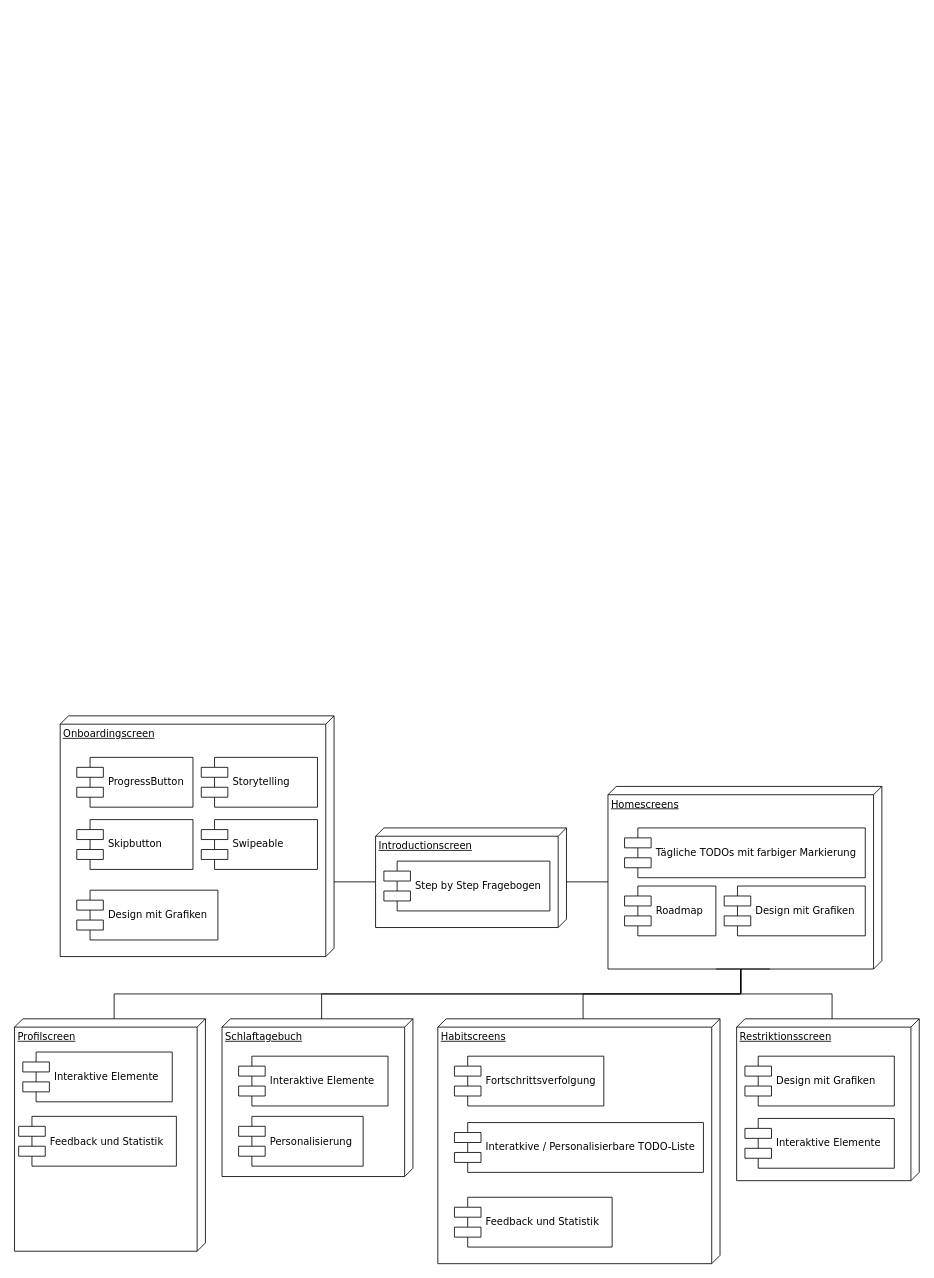
The draw.io diagram UML Diagramme/KVTI-Komponent.drawio in PriXss/UMLDiagramme, before the edit. Source tidied: cells renumbered, new cells numbered last; positions are measured from the earlier drawing's top-left corner, leaving out a move shared by most shapes. Both pictures are drawn from the tidied source at 83%, with x=0, y=0 at pixel (14, 715).
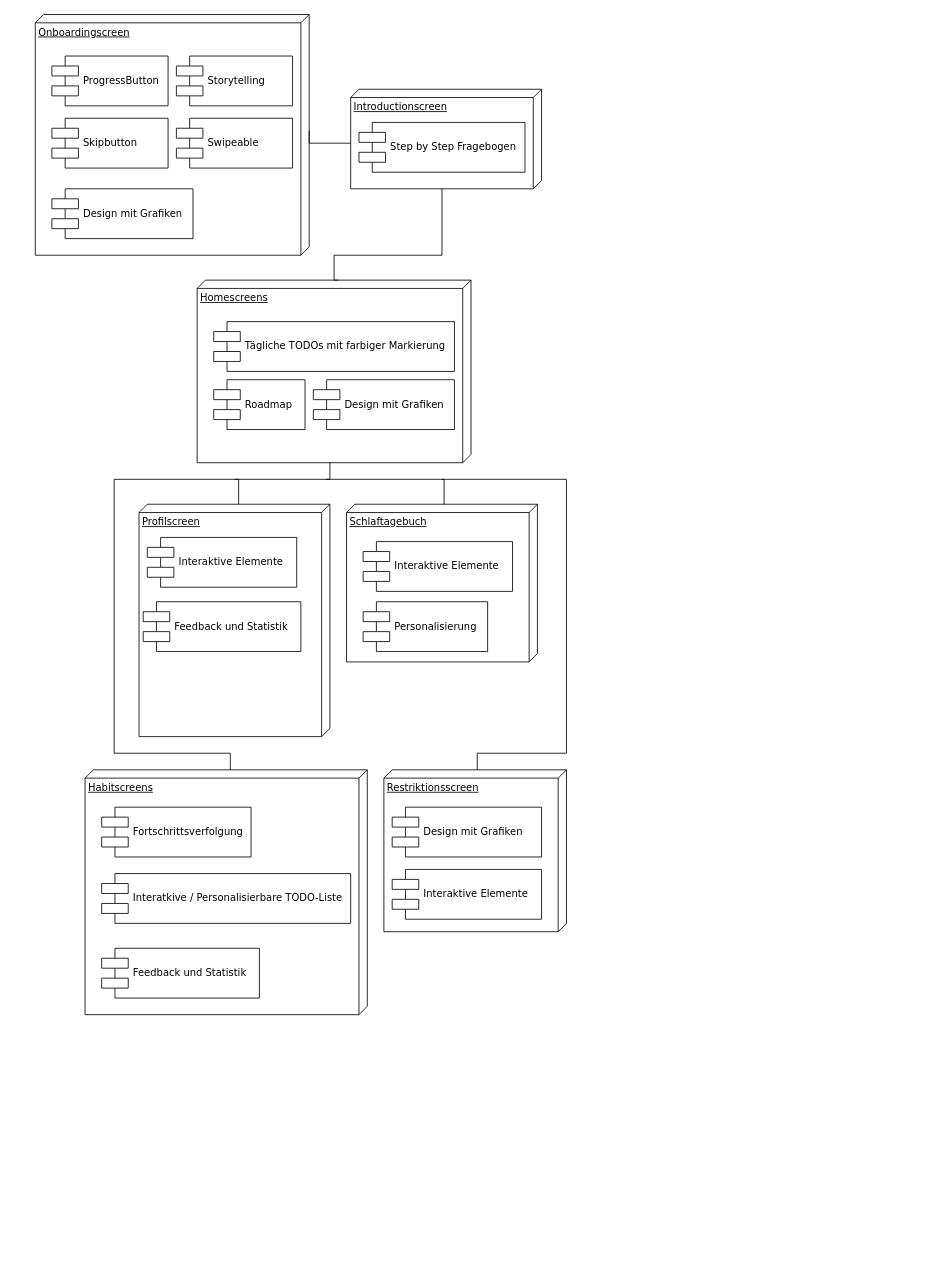
Above is the later version.

The edit, as a diff of the source:
```diff
@@
     <mxCell id="2" value="Onboardingscreen" style="verticalAlign=top;align=left;spacingTop=8;spacingLeft=2;spacingRight=12;shape=cube;size=10;direction=south;fontStyle=4;html=1;rounded=0;shadow=0;comic=0;labelBackgroundColor=none;strokeWidth=1;fontFamily=Verdana;fontSize=12;" parent="1" vertex="1">
-      <mxGeometry x="55" width="330" height="290" as="geometry" />
+      <mxGeometry x="25" y="-845" width="330" height="290" as="geometry" />
     </mxCell>
     <mxCell id="3" value="Homescreens" style="verticalAlign=top;align=left;spacingTop=8;spacingLeft=2;spacingRight=12;shape=cube;size=10;direction=south;fontStyle=4;html=1;rounded=0;shadow=0;comic=0;labelBackgroundColor=none;strokeWidth=1;fontFamily=Verdana;fontSize=12;" parent="1" vertex="1">
-      <mxGeometry x="715" y="85" width="330" height="220" as="geometry" />
+      <mxGeometry x="220" y="-525" width="330" height="220" as="geometry" />
     </mxCell>
     <mxCell id="4" value="Introductionscreen" style="verticalAlign=top;align=left;spacingTop=8;spacingLeft=2;spacingRight=12;shape=cube;size=10;direction=south;fontStyle=4;html=1;rounded=0;shadow=0;comic=0;labelBackgroundColor=none;strokeWidth=1;fontFamily=Verdana;fontSize=12;" parent="1" vertex="1">
-      <mxGeometry x="435" y="135" width="230" height="120" as="geometry" />
+      <mxGeometry x="405" y="-755" width="230" height="120" as="geometry" />
     </mxCell>
     <mxCell id="5" value="Tägliche TODOs mit farbiger Markierung" style="shape=component;align=left;spacingLeft=36;rounded=0;shadow=0;comic=0;labelBackgroundColor=none;strokeWidth=1;fontFamily=Verdana;fontSize=12;html=1;" parent="1" vertex="1">
-      <mxGeometry x="735" y="135" width="290" height="60" as="geometry" />
+      <mxGeometry x="240" y="-475" width="290" height="60" as="geometry" />
     </mxCell>
     <mxCell id="6" value="ProgressButton" style="shape=component;align=left;spacingLeft=36;rounded=0;shadow=0;comic=0;labelBackgroundColor=none;strokeWidth=1;fontFamily=Verdana;fontSize=12;html=1;" parent="1" vertex="1">
-      <mxGeometry x="75" y="50" width="140" height="60" as="geometry" />
+      <mxGeometry x="45" y="-795" width="140" height="60" as="geometry" />
     </mxCell>
-    <mxCell id="7" style="edgeStyle=orthogonalEdgeStyle;rounded=0;html=1;labelBackgroundColor=none;startArrow=none;startFill=0;startSize=8;endArrow=none;endFill=0;endSize=16;fontFamily=Verdana;fontSize=12;entryX=0;entryY=0;entryDx=115;entryDy=330;entryPerimeter=0;" parent="1" edge="1" source="4" target="3">
-      <mxGeometry relative="1" as="geometry">
-        <Array as="points">
-          <mxPoint x="635" y="200" />
-          <mxPoint x="635" y="200" />
-        </Array>
-      </mxGeometry>
-    </mxCell>
-    <mxCell id="8" style="edgeStyle=orthogonalEdgeStyle;rounded=0;html=1;labelBackgroundColor=none;startArrow=none;startFill=0;startSize=8;endArrow=none;endFill=0;endSize=16;fontFamily=Verdana;fontSize=12;exitX=0;exitY=0;exitDx=65;exitDy=230;exitPerimeter=0;" parent="1" edge="1" source="4" target="2">
-      <mxGeometry relative="1" as="geometry">
-        <Array as="points">
-          <mxPoint x="335" y="200" />
-          <mxPoint x="335" y="200" />
-        </Array>
-      </mxGeometry>
-    </mxCell>
     <mxCell id="9" value="Skipbutton" style="shape=component;align=left;spacingLeft=36;rounded=0;shadow=0;comic=0;labelBackgroundColor=none;strokeWidth=1;fontFamily=Verdana;fontSize=12;html=1;" parent="1" vertex="1">
-      <mxGeometry x="75" y="125" width="140" height="60" as="geometry" />
+      <mxGeometry x="45" y="-720" width="140" height="60" as="geometry" />
     </mxCell>
     <mxCell id="10" value="Swipeable" style="shape=component;align=left;spacingLeft=36;rounded=0;shadow=0;comic=0;labelBackgroundColor=none;strokeWidth=1;fontFamily=Verdana;fontSize=12;html=1;" parent="1" vertex="1">
-      <mxGeometry x="225" y="125" width="140" height="60" as="geometry" />
+      <mxGeometry x="195" y="-720" width="140" height="60" as="geometry" />
     </mxCell>
     <mxCell id="11" value="Storytelling" style="shape=component;align=left;spacingLeft=36;rounded=0;shadow=0;comic=0;labelBackgroundColor=none;strokeWidth=1;fontFamily=Verdana;fontSize=12;html=1;" parent="1" vertex="1">
-      <mxGeometry x="225" y="50" width="140" height="60" as="geometry" />
+      <mxGeometry x="195" y="-795" width="140" height="60" as="geometry" />
     </mxCell>
     <mxCell id="12" value="Step by Step Fragebogen" style="shape=component;align=left;spacingLeft=36;rounded=0;shadow=0;comic=0;labelBackgroundColor=none;strokeWidth=1;fontFamily=Verdana;fontSize=12;html=1;" parent="1" vertex="1">
-      <mxGeometry x="445" y="175" width="200" height="60" as="geometry" />
+      <mxGeometry x="415" y="-715" width="200" height="60" as="geometry" />
     </mxCell>
     <mxCell id="13" value="Roadmap" style="shape=component;align=left;spacingLeft=36;rounded=0;shadow=0;comic=0;labelBackgroundColor=none;strokeWidth=1;fontFamily=Verdana;fontSize=12;html=1;" parent="1" vertex="1">
-      <mxGeometry x="735" y="205" width="110" height="60" as="geometry" />
+      <mxGeometry x="240" y="-405" width="110" height="60" as="geometry" />
     </mxCell>
     <mxCell id="14" value="Habitscreens" style="verticalAlign=top;align=left;spacingTop=8;spacingLeft=2;spacingRight=12;shape=cube;size=10;direction=south;fontStyle=4;html=1;rounded=0;shadow=0;comic=0;labelBackgroundColor=none;strokeWidth=1;fontFamily=Verdana;fontSize=12;" parent="1" vertex="1">
-      <mxGeometry x="510" y="365" width="340" height="295" as="geometry" />
+      <mxGeometry x="85" y="65" width="340" height="295" as="geometry" />
     </mxCell>
     <mxCell id="15" value="Fortschrittsverfolgung" style="shape=component;align=left;spacingLeft=36;rounded=0;shadow=0;comic=0;labelBackgroundColor=none;strokeWidth=1;fontFamily=Verdana;fontSize=12;html=1;" parent="1" vertex="1">
-      <mxGeometry x="530" y="410" width="180" height="60" as="geometry" />
+      <mxGeometry x="105" y="110" width="180" height="60" as="geometry" />
     </mxCell>
     <mxCell id="16" value="Interatkive / Personalisierbare TODO-Liste" style="shape=component;align=left;spacingLeft=36;rounded=0;shadow=0;comic=0;labelBackgroundColor=none;strokeWidth=1;fontFamily=Verdana;fontSize=12;html=1;" parent="1" vertex="1">
-      <mxGeometry x="530" y="490" width="300" height="60" as="geometry" />
+      <mxGeometry x="105" y="190" width="300" height="60" as="geometry" />
     </mxCell>
     <mxCell id="17" value="Feedback und Statistik" style="shape=component;align=left;spacingLeft=36;rounded=0;shadow=0;comic=0;labelBackgroundColor=none;strokeWidth=1;fontFamily=Verdana;fontSize=12;html=1;" parent="1" vertex="1">
-      <mxGeometry x="530" y="580" width="190" height="60" as="geometry" />
+      <mxGeometry x="105" y="280" width="190" height="60" as="geometry" />
     </mxCell>
-    <mxCell id="18" style="edgeStyle=orthogonalEdgeStyle;rounded=0;html=1;labelBackgroundColor=none;startArrow=none;startFill=0;startSize=8;endArrow=none;endFill=0;endSize=16;fontFamily=Verdana;fontSize=12;exitX=0;exitY=0;exitDx=220;exitDy=170;exitPerimeter=0;entryX=0;entryY=0;entryDx=0;entryDy=165;entryPerimeter=0;" parent="1" edge="1" source="3" target="14">
+    <mxCell id="18" style="edgeStyle=orthogonalEdgeStyle;rounded=0;html=1;labelBackgroundColor=none;startArrow=none;startFill=0;startSize=8;endArrow=none;endFill=0;endSize=16;fontFamily=Verdana;fontSize=12;entryX=0;entryY=0;entryDx=0;entryDy=165;entryPerimeter=0;" parent="1" edge="1" target="14">
       <mxGeometry relative="1" as="geometry">
+        <mxPoint x="380" y="-305" as="sourcePoint" />
         <Array as="points">
-          <mxPoint x="875" y="335" />
-          <mxPoint x="685" y="335" />
+          <mxPoint x="380" y="-285" />
+          <mxPoint x="120" y="-285" />
+          <mxPoint x="120" y="45" />
+          <mxPoint x="260" y="45" />
         </Array>
       </mxGeometry>
     </mxCell>
     <mxCell id="19" value="Design mit Grafiken" style="shape=component;align=left;spacingLeft=36;rounded=0;shadow=0;comic=0;labelBackgroundColor=none;strokeWidth=1;fontFamily=Verdana;fontSize=12;html=1;" parent="1" vertex="1">
-      <mxGeometry x="855" y="205" width="170" height="60" as="geometry" />
+      <mxGeometry x="360" y="-405" width="170" height="60" as="geometry" />
     </mxCell>
     <mxCell id="20" value="Design mit Grafiken" style="shape=component;align=left;spacingLeft=36;rounded=0;shadow=0;comic=0;labelBackgroundColor=none;strokeWidth=1;fontFamily=Verdana;fontSize=12;html=1;" parent="1" vertex="1">
-      <mxGeometry x="75" y="210" width="170" height="60" as="geometry" />
+      <mxGeometry x="45" y="-635" width="170" height="60" as="geometry" />
     </mxCell>
     <mxCell id="21" value="Schlaftagebuch" style="verticalAlign=top;align=left;spacingTop=8;spacingLeft=2;spacingRight=12;shape=cube;size=10;direction=south;fontStyle=4;html=1;rounded=0;shadow=0;comic=0;labelBackgroundColor=none;strokeWidth=1;fontFamily=Verdana;fontSize=12;" parent="1" vertex="1">
-      <mxGeometry x="250" y="365" width="230" height="190" as="geometry" />
+      <mxGeometry x="400" y="-255" width="230" height="190" as="geometry" />
     </mxCell>
     <mxCell id="22" value="Interaktive Elemente" style="shape=component;align=left;spacingLeft=36;rounded=0;shadow=0;comic=0;labelBackgroundColor=none;strokeWidth=1;fontFamily=Verdana;fontSize=12;html=1;" parent="1" vertex="1">
-      <mxGeometry x="270" y="410" width="180" height="60" as="geometry" />
+      <mxGeometry x="420" y="-210" width="180" height="60" as="geometry" />
     </mxCell>
     <mxCell id="23" value="Restriktionsscreen" style="verticalAlign=top;align=left;spacingTop=8;spacingLeft=2;spacingRight=12;shape=cube;size=10;direction=south;fontStyle=4;html=1;rounded=0;shadow=0;comic=0;labelBackgroundColor=none;strokeWidth=1;fontFamily=Verdana;fontSize=12;" parent="1" vertex="1">
-      <mxGeometry x="870" y="365" width="220" height="195" as="geometry" />
+      <mxGeometry x="445" y="65" width="220" height="195" as="geometry" />
     </mxCell>
     <mxCell id="24" value="Design mit Grafiken" style="shape=component;align=left;spacingLeft=36;rounded=0;shadow=0;comic=0;labelBackgroundColor=none;strokeWidth=1;fontFamily=Verdana;fontSize=12;html=1;" parent="1" vertex="1">
-      <mxGeometry x="880" y="410" width="180" height="60" as="geometry" />
+      <mxGeometry x="455" y="110" width="180" height="60" as="geometry" />
     </mxCell>
     <mxCell id="25" value="Interaktive Elemente" style="shape=component;align=left;spacingLeft=36;rounded=0;shadow=0;comic=0;labelBackgroundColor=none;strokeWidth=1;fontFamily=Verdana;fontSize=12;html=1;" parent="1" vertex="1">
-      <mxGeometry x="880" y="485" width="180" height="60" as="geometry" />
+      <mxGeometry x="455" y="185" width="180" height="60" as="geometry" />
     </mxCell>
     <mxCell id="26" value="Profilscreen" style="verticalAlign=top;align=left;spacingTop=8;spacingLeft=2;spacingRight=12;shape=cube;size=10;direction=south;fontStyle=4;html=1;rounded=0;shadow=0;comic=0;labelBackgroundColor=none;strokeWidth=1;fontFamily=Verdana;fontSize=12;" parent="1" vertex="1">
-      <mxGeometry y="365" width="230" height="280" as="geometry" />
+      <mxGeometry x="150" y="-255" width="230" height="280" as="geometry" />
     </mxCell>
     <mxCell id="27" value="Interaktive Elemente" style="shape=component;align=left;spacingLeft=36;rounded=0;shadow=0;comic=0;labelBackgroundColor=none;strokeWidth=1;fontFamily=Verdana;fontSize=12;html=1;" parent="1" vertex="1">
-      <mxGeometry x="10" y="405" width="180" height="60" as="geometry" />
+      <mxGeometry x="160" y="-215" width="180" height="60" as="geometry" />
     </mxCell>
     <mxCell id="28" value="Feedback und Statistik" style="shape=component;align=left;spacingLeft=36;rounded=0;shadow=0;comic=0;labelBackgroundColor=none;strokeWidth=1;fontFamily=Verdana;fontSize=12;html=1;" parent="1" vertex="1">
-      <mxGeometry x="5" y="482.5" width="190" height="60" as="geometry" />
+      <mxGeometry x="155" y="-137.5" width="190" height="60" as="geometry" />
     </mxCell>
     <mxCell id="29" value="Personalisierung" style="shape=component;align=left;spacingLeft=36;rounded=0;shadow=0;comic=0;labelBackgroundColor=none;strokeWidth=1;fontFamily=Verdana;fontSize=12;html=1;" parent="1" vertex="1">
-      <mxGeometry x="270" y="482.5" width="150" height="60" as="geometry" />
+      <mxGeometry x="420" y="-137.5" width="150" height="60" as="geometry" />
     </mxCell>
-    <mxCell id="30" style="edgeStyle=orthogonalEdgeStyle;rounded=0;html=1;labelBackgroundColor=none;startArrow=none;startFill=0;startSize=8;endArrow=none;endFill=0;endSize=16;fontFamily=Verdana;fontSize=12;exitX=0;exitY=0;exitDx=220;exitDy=170;exitPerimeter=0;entryX=0;entryY=0;entryDx=0;entryDy=110;entryPerimeter=0;" parent="1" edge="1" target="21">
-      <mxGeometry relative="1" as="geometry">
-        <mxPoint x="845" y="305" as="sourcePoint" />
-        <Array as="points">
-          <mxPoint x="875" y="305" />
-          <mxPoint x="875" y="335" />
-          <mxPoint x="370" y="335" />
-        </Array>
-      </mxGeometry>
-    </mxCell>
-    <mxCell id="31" style="edgeStyle=orthogonalEdgeStyle;rounded=0;html=1;labelBackgroundColor=none;startArrow=none;startFill=0;startSize=8;endArrow=none;endFill=0;endSize=16;fontFamily=Verdana;fontSize=12;exitX=0;exitY=0;exitDx=220;exitDy=170;exitPerimeter=0;entryX=0;entryY=0;entryDx=0;entryDy=110;entryPerimeter=0;" parent="1" edge="1" target="26">
-      <mxGeometry relative="1" as="geometry">
-        <mxPoint x="910" y="305" as="sourcePoint" />
-        <Array as="points">
-          <mxPoint x="875" y="305" />
-          <mxPoint x="875" y="335" />
-          <mxPoint x="120" y="335" />
-        </Array>
-      </mxGeometry>
-    </mxCell>
-    <mxCell id="32" style="edgeStyle=orthogonalEdgeStyle;rounded=0;html=1;labelBackgroundColor=none;startArrow=none;startFill=0;startSize=8;endArrow=none;endFill=0;endSize=16;fontFamily=Verdana;fontSize=12;entryX=0;entryY=0;entryDx=0;entryDy=105;entryPerimeter=0;" parent="1" edge="1" target="23">
-      <mxGeometry relative="1" as="geometry">
-        <mxPoint x="875" y="305" as="sourcePoint" />
-        <Array as="points">
-          <mxPoint x="875" y="335" />
-          <mxPoint x="985" y="335" />
-        </Array>
-      </mxGeometry>
-    </mxCell>
+    <mxCell id="33" style="edgeStyle=orthogonalEdgeStyle;rounded=0;html=1;labelBackgroundColor=none;startArrow=none;startFill=0;startSize=8;endArrow=none;endFill=0;endSize=16;fontFamily=Verdana;fontSize=12;entryX=0;entryY=0;entryDx=65;entryDy=230;entryPerimeter=0;exitX=0;exitY=0;exitDx=140;exitDy=0;exitPerimeter=0;" parent="1" edge="1" source="2" target="4">
+      <mxGeometry relative="1" as="geometry">
+        <Array as="points">
+          <mxPoint x="355" y="-690" />
+        </Array>
+      </mxGeometry>
+    </mxCell>
+    <mxCell id="7" style="edgeStyle=orthogonalEdgeStyle;rounded=0;html=1;labelBackgroundColor=none;startArrow=none;startFill=0;startSize=8;endArrow=none;endFill=0;endSize=16;fontFamily=Verdana;fontSize=12;entryX=0;entryY=0;entryDx=0;entryDy=160;entryPerimeter=0;exitX=0;exitY=0;exitDx=120;exitDy=120;exitPerimeter=0;" parent="1" edge="1" source="4" target="3">
+      <mxGeometry relative="1" as="geometry">
+        <Array as="points">
+          <mxPoint x="515" y="-555" />
+          <mxPoint x="385" y="-555" />
+        </Array>
+      </mxGeometry>
+    </mxCell>
+    <mxCell id="34" style="edgeStyle=orthogonalEdgeStyle;rounded=0;html=1;labelBackgroundColor=none;startArrow=none;startFill=0;startSize=8;endArrow=none;endFill=0;endSize=16;fontFamily=Verdana;fontSize=12;entryX=0;entryY=0;entryDx=0;entryDy=110;entryPerimeter=0;exitX=0;exitY=0;exitDx=140;exitDy=0;exitPerimeter=0;" parent="1" edge="1" target="26">
+      <mxGeometry relative="1" as="geometry">
+        <mxPoint x="265" y="-285" as="sourcePoint" />
+        <Array as="points">
+          <mxPoint x="270" y="-285" />
+        </Array>
+      </mxGeometry>
+    </mxCell>
+    <mxCell id="35" style="edgeStyle=orthogonalEdgeStyle;rounded=0;html=1;labelBackgroundColor=none;startArrow=none;startFill=0;startSize=8;endArrow=none;endFill=0;endSize=16;fontFamily=Verdana;fontSize=12;entryX=0;entryY=0;entryDx=0;entryDy=110;entryPerimeter=0;" parent="1" edge="1">
+      <mxGeometry relative="1" as="geometry">
+        <mxPoint x="375" y="-285" as="sourcePoint" />
+        <mxPoint x="517.5" y="-255" as="targetPoint" />
+        <Array as="points">
+          <mxPoint x="517.5" y="-285" />
+        </Array>
+      </mxGeometry>
+    </mxCell>
+    <mxCell id="36" style="edgeStyle=orthogonalEdgeStyle;rounded=0;html=1;labelBackgroundColor=none;startArrow=none;startFill=0;startSize=8;endArrow=none;endFill=0;endSize=16;fontFamily=Verdana;fontSize=12;entryX=0;entryY=0;entryDx=0;entryDy=110;entryPerimeter=0;" parent="1" edge="1">
+      <mxGeometry relative="1" as="geometry">
+        <mxPoint x="515" y="-285" as="sourcePoint" />
+        <mxPoint x="557.5" y="65" as="targetPoint" />
+        <Array as="points">
+          <mxPoint x="665" y="-285" />
+          <mxPoint x="665" y="45" />
+          <mxPoint x="558" y="45" />
+        </Array>
+      </mxGeometry>
+    </mxCell>
```
